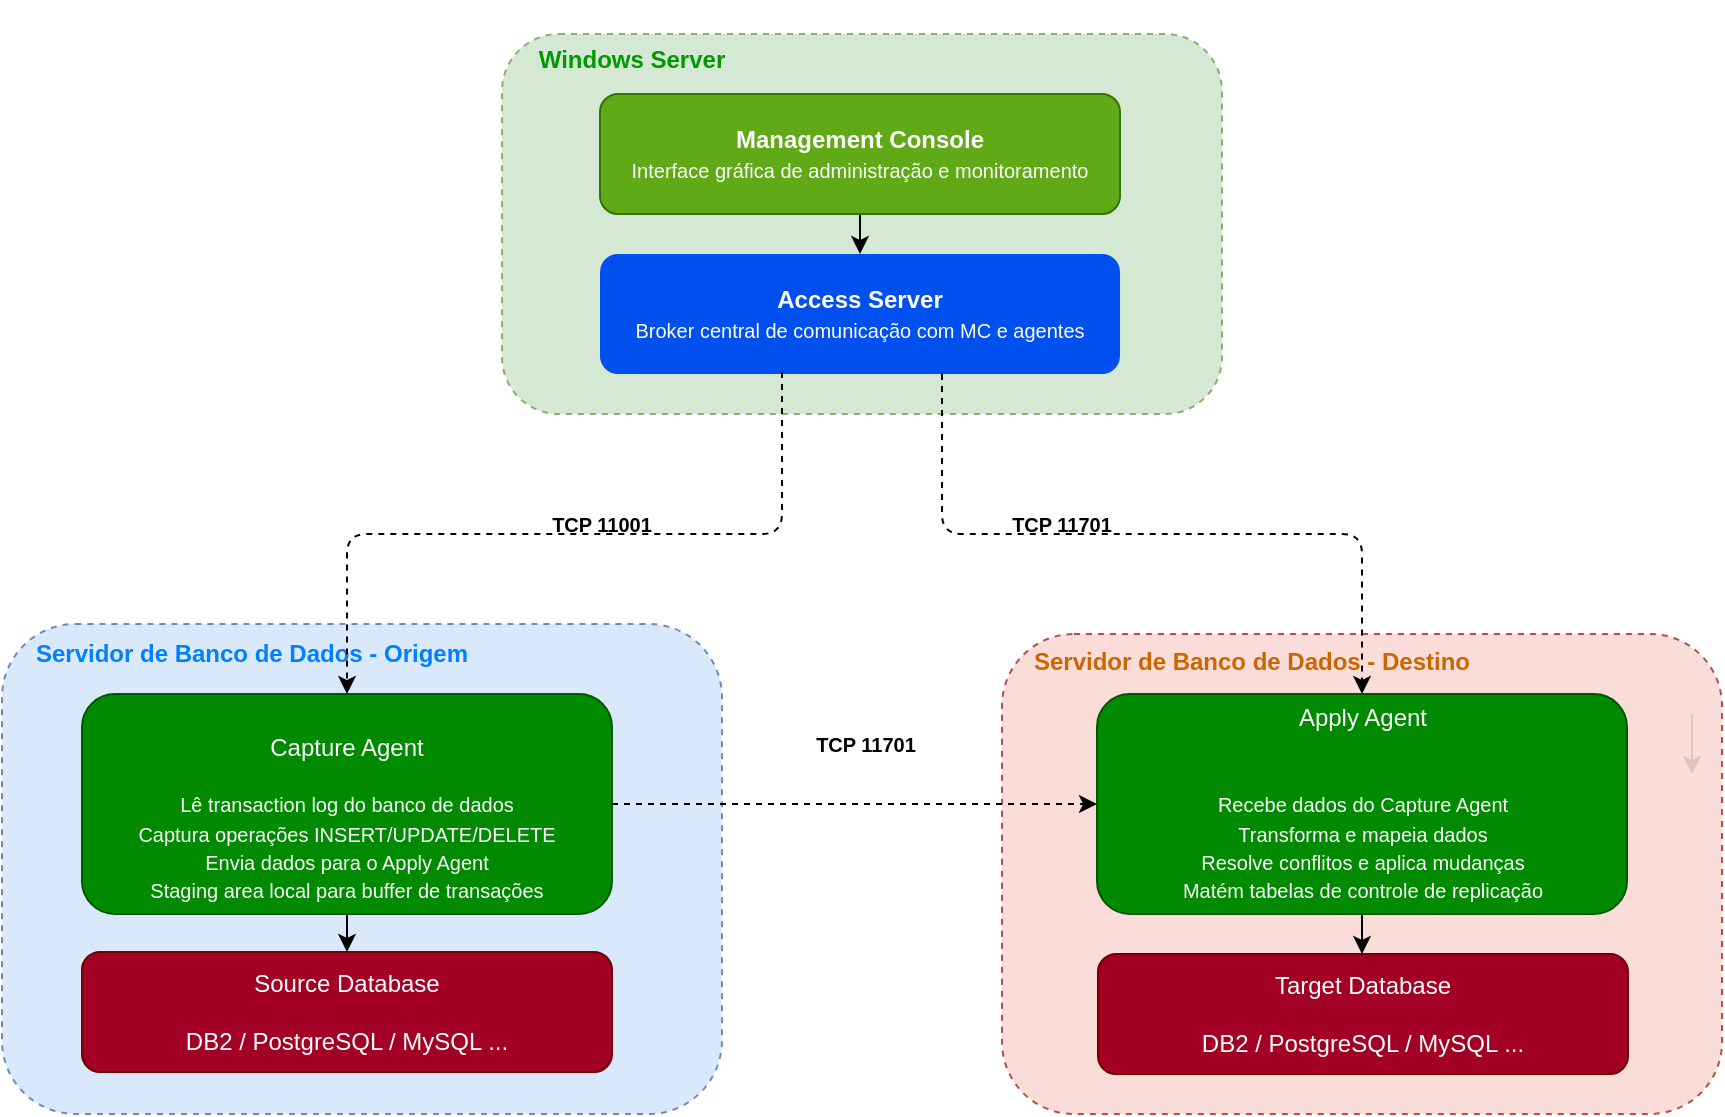
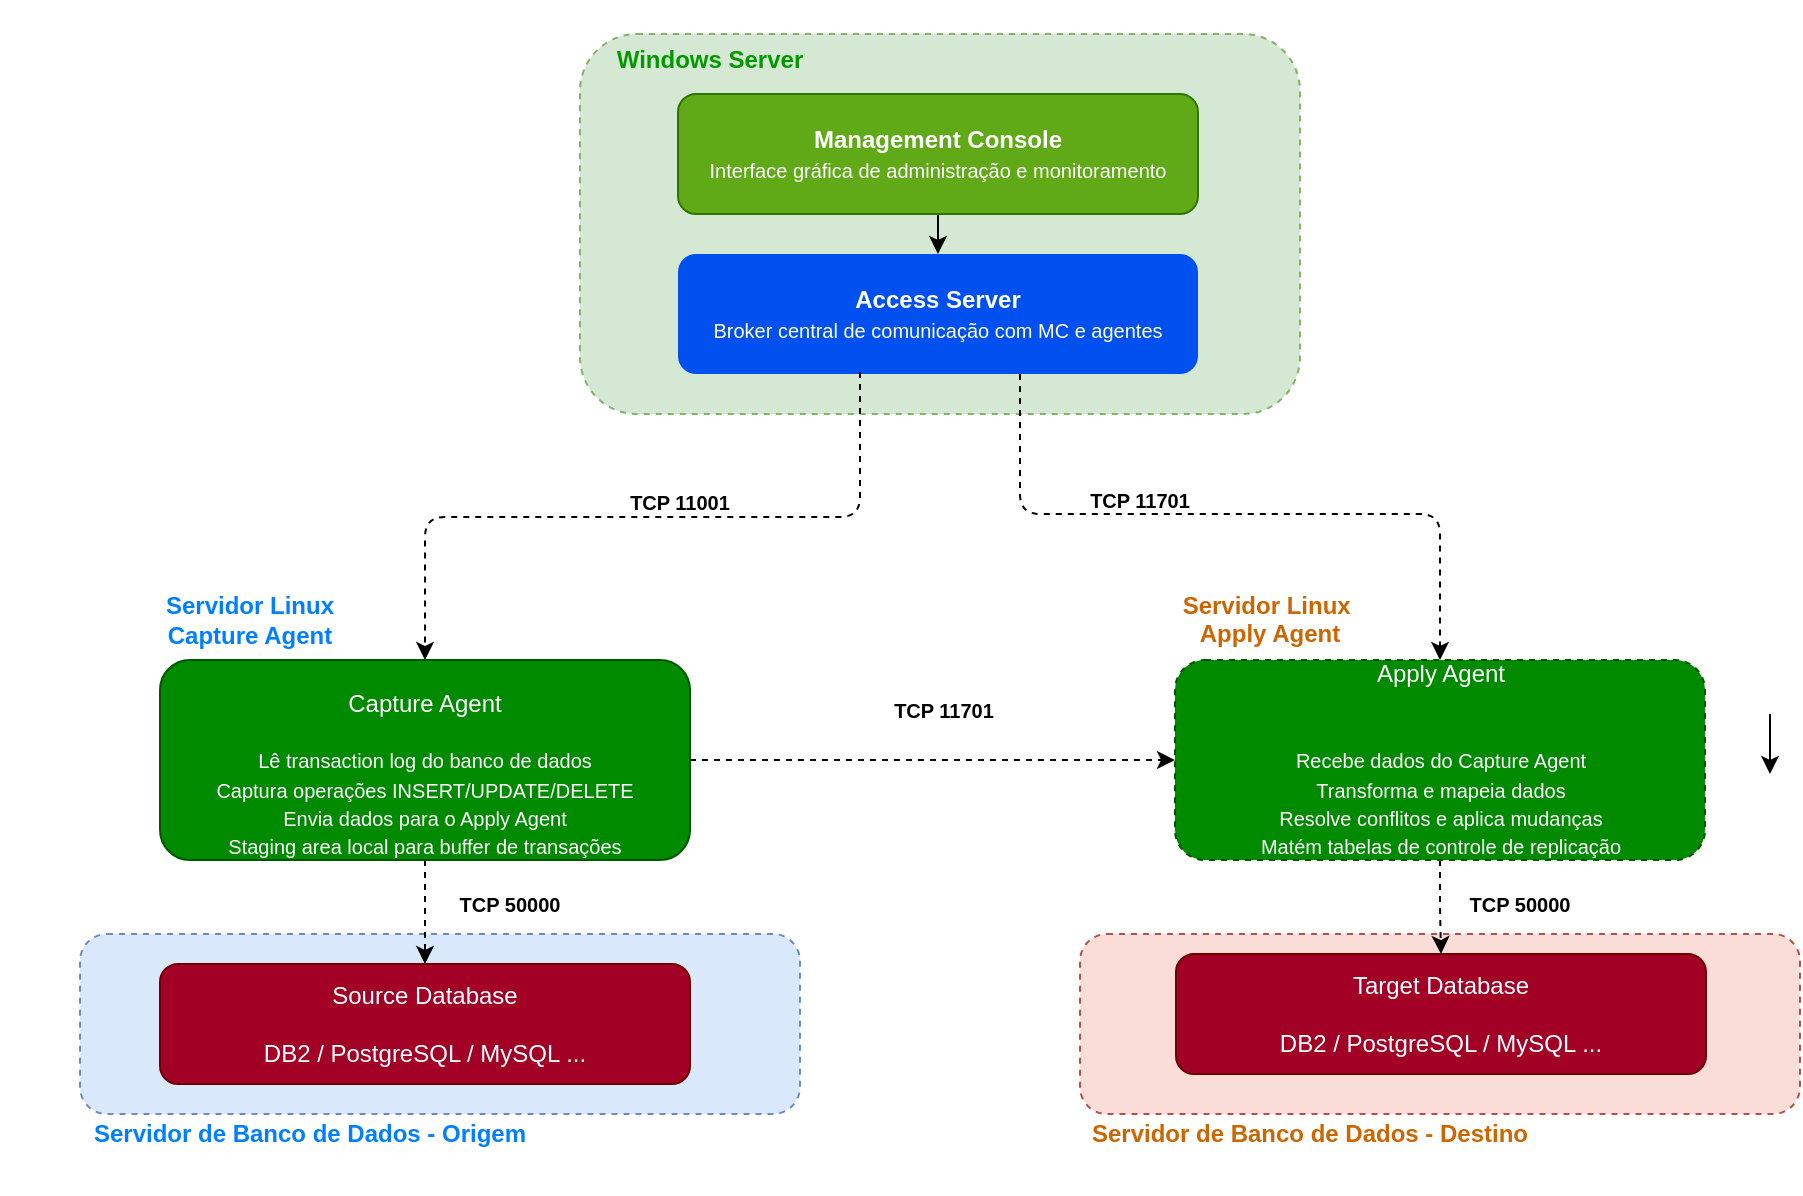
<mxfile host="app.diagrams.net">
  <diagram name="Page-1" id="ufLM51pSvgMN4Yb4cNfk">
    <mxGraphModel dx="1254" dy="696" grid="1" gridSize="10" guides="1" tooltips="1" connect="1" arrows="1" fold="1" page="1" pageScale="1" pageWidth="1169" pageHeight="827" background="#ffffff" math="0" shadow="0">
      <root>
        <mxCell id="0" />
        <mxCell id="1" parent="0" />
        <mxCell id="JlA0C_7pM_n0fd6ZD8XW-12" edge="1" parent="1" style="edgeStyle=orthogonalEdgeStyle;rounded=1;orthogonalLoop=1;jettySize=auto;html=1;" value="">
          <mxGeometry relative="1" as="geometry">
            <mxPoint x="1015" y="440" as="sourcePoint" />
            <mxPoint x="1015" y="470" as="targetPoint" />
          </mxGeometry>
        </mxCell>
        <mxCell id="JlA0C_7pM_n0fd6ZD8XW-6" edge="1" parent="1" style="edgeStyle=orthogonalEdgeStyle;rounded=1;orthogonalLoop=1;jettySize=auto;html=1;exitX=0.5;exitY=1;exitDx=0;exitDy=0;">
          <mxGeometry relative="1" as="geometry">
            <mxPoint x="1015" y="440" as="sourcePoint" />
            <mxPoint x="1015" y="440" as="targetPoint" />
          </mxGeometry>
        </mxCell>
        <mxCell id="tYhzWE4TQe1GP2W0sffB-1" parent="1" style="rounded=1;whiteSpace=wrap;html=1;fillColor=#d5e8d4;strokeColor=#82b366;dashed=1;" value="" vertex="1">
          <mxGeometry height="190" width="360" x="420" y="100" as="geometry" />
        </mxCell>
        <mxCell id="tYhzWE4TQe1GP2W0sffB-25" edge="1" parent="1" source="tYhzWE4TQe1GP2W0sffB-2" style="edgeStyle=orthogonalEdgeStyle;rounded=1;orthogonalLoop=1;jettySize=auto;html=1;exitX=0.5;exitY=1;exitDx=0;exitDy=0;entryX=0.5;entryY=0;entryDx=0;entryDy=0;" target="tYhzWE4TQe1GP2W0sffB-3">
          <mxGeometry relative="1" as="geometry" />
        </mxCell>
        <mxCell id="tYhzWE4TQe1GP2W0sffB-2" parent="1" style="rounded=1;whiteSpace=wrap;html=1;fillColor=#60a917;strokeColor=#2D7600;fontColor=#ffffff;" value="&lt;b&gt;Management Console&lt;/b&gt;&lt;div&gt;&lt;font style=&quot;font-size: 10px;&quot;&gt;Interface gráfica de administração e monitoramento&lt;/font&gt;&lt;/div&gt;" vertex="1">
          <mxGeometry height="60" width="260" x="469" y="130" as="geometry" />
        </mxCell>
        <mxCell id="tYhzWE4TQe1GP2W0sffB-3" parent="1" style="rounded=1;whiteSpace=wrap;html=1;fillColor=#0050ef;fontColor=#ffffff;strokeColor=none;" value="&lt;b&gt;Access Server&lt;/b&gt;&lt;div&gt;&lt;font style=&quot;font-size: 10px;&quot;&gt;Broker central de comunicação com MC e agentes&lt;/font&gt;&lt;/div&gt;" vertex="1">
          <mxGeometry height="60" width="260" x="469" y="210" as="geometry" />
        </mxCell>
        <mxCell id="tYhzWE4TQe1GP2W0sffB-6" parent="1" style="text;html=1;whiteSpace=wrap;strokeColor=none;fillColor=none;align=center;verticalAlign=middle;rounded=1;" value="&lt;font style=&quot;color: rgb(0, 153, 0);&quot;&gt;&lt;b style=&quot;&quot;&gt;Windows Server&lt;/b&gt;&lt;/font&gt;" vertex="1">
          <mxGeometry height="60" width="100" x="435" y="83" as="geometry" />
        </mxCell>
        <mxCell id="tYhzWE4TQe1GP2W0sffB-7" parent="1" style="rounded=1;whiteSpace=wrap;html=1;fillColor=#dae8fc;strokeColor=#6c8ebf;dashed=1;" value="" vertex="1">
-           <mxGeometry height="245" width="360" x="170" y="395" as="geometry" />
+           <mxGeometry height="90" width="360" x="170" y="550" as="geometry" />
        </mxCell>
        <mxCell id="tYhzWE4TQe1GP2W0sffB-8" parent="1" style="text;html=1;whiteSpace=wrap;strokeColor=none;fillColor=none;align=center;verticalAlign=middle;rounded=1;" value="&lt;font style=&quot;color: light-dark(rgb(0, 127, 255), rgb(255, 51, 255));&quot;&gt;&lt;b style=&quot;&quot;&gt;Servidor de Banco de Dados - Origem&lt;/b&gt;&lt;/font&gt;" vertex="1">
-           <mxGeometry height="60" width="250" x="170" y="380" as="geometry" />
+           <mxGeometry height="60" width="250" x="160" y="620" as="geometry" />
        </mxCell>
        <mxCell id="tYhzWE4TQe1GP2W0sffB-10" parent="1" style="rounded=1;whiteSpace=wrap;html=1;fillColor=#a20025;fontColor=#ffffff;strokeColor=#6F0000;" value="Source Database&lt;div&gt;&lt;br&gt;&lt;/div&gt;&lt;div&gt;DB2 / PostgreSQL / MySQL ...&lt;/div&gt;" vertex="1">
-           <mxGeometry height="60" width="265" x="210" y="559" as="geometry" />
+           <mxGeometry height="60" width="265" x="210" y="565" as="geometry" />
        </mxCell>
-         <mxCell id="tYhzWE4TQe1GP2W0sffB-16" edge="1" parent="1" source="tYhzWE4TQe1GP2W0sffB-12" style="edgeStyle=orthogonalEdgeStyle;rounded=1;orthogonalLoop=1;jettySize=auto;html=1;exitX=0.5;exitY=1;exitDx=0;exitDy=0;entryX=0.5;entryY=0;entryDx=0;entryDy=0;" target="tYhzWE4TQe1GP2W0sffB-10">
+         <mxCell id="tYhzWE4TQe1GP2W0sffB-16" edge="1" parent="1" source="tYhzWE4TQe1GP2W0sffB-12" style="edgeStyle=orthogonalEdgeStyle;rounded=1;orthogonalLoop=1;jettySize=auto;html=1;exitX=0.5;exitY=1;exitDx=0;exitDy=0;entryX=0.5;entryY=0;entryDx=0;entryDy=0;dashed=1;" target="tYhzWE4TQe1GP2W0sffB-10">
          <mxGeometry relative="1" as="geometry" />
        </mxCell>
        <mxCell id="tYhzWE4TQe1GP2W0sffB-12" parent="1" style="rounded=1;whiteSpace=wrap;html=1;fillColor=#008a00;fontColor=#ffffff;strokeColor=#005700;" value="&lt;div&gt;&lt;br&gt;&lt;/div&gt;Capture Agent&lt;div&gt;&lt;br&gt;&lt;div&gt;&lt;span style=&quot;font-size: 10px;&quot;&gt;Lê transaction log do banco de dados&lt;/span&gt;&lt;/div&gt;&lt;/div&gt;&lt;div&gt;&lt;span style=&quot;font-size: 10px;&quot;&gt;Captura operações INSERT/UPDATE/DELETE&lt;/span&gt;&lt;/div&gt;&lt;div&gt;&lt;span style=&quot;font-size: 10px;&quot;&gt;Envia dados para o Apply Agent&lt;/span&gt;&lt;/div&gt;&lt;div&gt;&lt;span style=&quot;font-size: 10px;&quot;&gt;Staging area local para buffer de transações&lt;/span&gt;&lt;/div&gt;" vertex="1">
-           <mxGeometry height="110" width="265" x="210" y="430" as="geometry" />
+           <mxGeometry height="100" width="265" x="210" y="413" as="geometry" />
        </mxCell>
        <mxCell id="tYhzWE4TQe1GP2W0sffB-14" edge="1" parent="1" source="tYhzWE4TQe1GP2W0sffB-3" style="edgeStyle=orthogonalEdgeStyle;rounded=1;orthogonalLoop=1;jettySize=auto;html=1;dashed=1;exitX=0.35;exitY=0.983;exitDx=0;exitDy=0;exitPerimeter=0;" target="tYhzWE4TQe1GP2W0sffB-12">
          <mxGeometry relative="1" as="geometry" />
        </mxCell>
        <mxCell id="tYhzWE4TQe1GP2W0sffB-15" parent="1" style="text;html=1;whiteSpace=wrap;strokeColor=none;fillColor=none;align=center;verticalAlign=middle;rounded=0;" value="&lt;font style=&quot;font-size: 10px;&quot;&gt;&lt;b&gt;TCP 11001&lt;/b&gt;&lt;/font&gt;" vertex="1">
-           <mxGeometry height="30" width="100" x="420" y="330" as="geometry" />
+           <mxGeometry height="30" width="100" x="420" y="319" as="geometry" />
        </mxCell>
        <mxCell id="tYhzWE4TQe1GP2W0sffB-17" parent="1" style="rounded=1;whiteSpace=wrap;html=1;fillColor=#fad9d5;strokeColor=#ae4132;dashed=1;opacity=90;" value="" vertex="1">
-           <mxGeometry height="240" width="360" x="670" y="400" as="geometry" />
+           <mxGeometry height="90" width="360" x="670" y="550" as="geometry" />
        </mxCell>
-         <mxCell id="tYhzWE4TQe1GP2W0sffB-31" edge="1" parent="1" source="tYhzWE4TQe1GP2W0sffB-18" style="edgeStyle=orthogonalEdgeStyle;rounded=0;orthogonalLoop=1;jettySize=auto;html=1;" target="tYhzWE4TQe1GP2W0sffB-19" value="">
+         <mxCell id="tYhzWE4TQe1GP2W0sffB-31" edge="1" parent="1" source="tYhzWE4TQe1GP2W0sffB-18" style="edgeStyle=orthogonalEdgeStyle;rounded=0;orthogonalLoop=1;jettySize=auto;html=1;dashed=1;" target="tYhzWE4TQe1GP2W0sffB-19" value="">
          <mxGeometry relative="1" as="geometry" />
        </mxCell>
-         <mxCell id="tYhzWE4TQe1GP2W0sffB-18" parent="1" style="rounded=1;whiteSpace=wrap;html=1;fillColor=#008a00;fontColor=#ffffff;strokeColor=#005700;" value="&lt;div&gt;&lt;br&gt;&lt;/div&gt;Apply Agent&lt;div&gt;&lt;br&gt;&lt;/div&gt;&lt;div&gt;&lt;br&gt;&lt;div&gt;&lt;span style=&quot;font-size: 10px;&quot;&gt;Recebe dados do Capture Agent&lt;/span&gt;&lt;/div&gt;&lt;div&gt;&lt;span style=&quot;font-size: 10px;&quot;&gt;Transforma e mapeia dados&lt;/span&gt;&lt;/div&gt;&lt;div&gt;&lt;span style=&quot;font-size: 10px;&quot;&gt;Resolve conflitos e aplica mudanças&lt;/span&gt;&lt;/div&gt;&lt;div&gt;&lt;span style=&quot;font-size: 10px;&quot;&gt;Matém tabelas de controle de replicação&lt;/span&gt;&lt;/div&gt;&lt;div&gt;&lt;br&gt;&lt;/div&gt;&lt;/div&gt;" vertex="1">
-           <mxGeometry height="110" width="265" x="717.5" y="430" as="geometry" />
+         <mxCell id="tYhzWE4TQe1GP2W0sffB-18" parent="1" style="rounded=1;whiteSpace=wrap;html=1;fillColor=#008a00;fontColor=#ffffff;strokeColor=#005700;dashed=1;" value="&lt;div&gt;&lt;br&gt;&lt;/div&gt;Apply Agent&lt;div&gt;&lt;br&gt;&lt;/div&gt;&lt;div&gt;&lt;br&gt;&lt;div&gt;&lt;span style=&quot;font-size: 10px;&quot;&gt;Recebe dados do Capture Agent&lt;/span&gt;&lt;/div&gt;&lt;div&gt;&lt;span style=&quot;font-size: 10px;&quot;&gt;Transforma e mapeia dados&lt;/span&gt;&lt;/div&gt;&lt;div&gt;&lt;span style=&quot;font-size: 10px;&quot;&gt;Resolve conflitos e aplica mudanças&lt;/span&gt;&lt;/div&gt;&lt;div&gt;&lt;span style=&quot;font-size: 10px;&quot;&gt;Matém tabelas de controle de replicação&lt;/span&gt;&lt;/div&gt;&lt;div&gt;&lt;br&gt;&lt;/div&gt;&lt;/div&gt;" vertex="1">
+           <mxGeometry height="100" width="265" x="717.5" y="413" as="geometry" />
        </mxCell>
        <mxCell id="tYhzWE4TQe1GP2W0sffB-19" parent="1" style="rounded=1;whiteSpace=wrap;html=1;fillColor=#a20025;fontColor=#ffffff;strokeColor=#6F0000;" value="Target Database&lt;div&gt;&lt;br&gt;&lt;/div&gt;&lt;div&gt;DB2 / PostgreSQL / MySQL ...&lt;/div&gt;" vertex="1">
          <mxGeometry height="60" width="265" x="718" y="560" as="geometry" />
        </mxCell>
        <mxCell id="tYhzWE4TQe1GP2W0sffB-23" parent="1" style="text;html=1;whiteSpace=wrap;strokeColor=none;fillColor=none;align=center;verticalAlign=middle;rounded=0;" value="&lt;font style=&quot;font-size: 10px;&quot;&gt;&lt;b&gt;TCP 11701&lt;/b&gt;&lt;/font&gt;" vertex="1">
-           <mxGeometry height="30" width="100" x="650" y="330" as="geometry" />
+           <mxGeometry height="30" width="100" x="650" y="318" as="geometry" />
        </mxCell>
        <mxCell id="tYhzWE4TQe1GP2W0sffB-22" edge="1" parent="1" style="edgeStyle=orthogonalEdgeStyle;rounded=1;orthogonalLoop=1;jettySize=auto;html=1;entryX=0.5;entryY=0;entryDx=0;entryDy=0;dashed=1;" target="tYhzWE4TQe1GP2W0sffB-18">
          <mxGeometry relative="1" as="geometry">
            <Array as="points">
-               <mxPoint x="640" y="350" />
-               <mxPoint x="850" y="350" />
+               <mxPoint x="640" y="340" />
+               <mxPoint x="850" y="340" />
            </Array>
            <mxPoint x="640" y="270" as="sourcePoint" />
          </mxGeometry>
        </mxCell>
        <mxCell id="tYhzWE4TQe1GP2W0sffB-24" parent="1" style="text;html=1;whiteSpace=wrap;strokeColor=none;fillColor=none;align=center;verticalAlign=middle;rounded=1;" value="&lt;font style=&quot;color: rgb(204, 102, 0);&quot;&gt;&lt;b style=&quot;&quot;&gt;Servidor de Banco de Dados - Destino&lt;/b&gt;&lt;/font&gt;" vertex="1">
-           <mxGeometry height="60" width="250" x="670" y="384" as="geometry" />
+           <mxGeometry height="60" width="250" x="660" y="620" as="geometry" />
        </mxCell>
        <mxCell id="tYhzWE4TQe1GP2W0sffB-27" edge="1" parent="1" source="tYhzWE4TQe1GP2W0sffB-12" style="edgeStyle=orthogonalEdgeStyle;rounded=0;orthogonalLoop=1;jettySize=auto;html=1;exitX=1;exitY=0.5;exitDx=0;exitDy=0;entryX=0;entryY=0.5;entryDx=0;entryDy=0;dashed=1;" target="tYhzWE4TQe1GP2W0sffB-18">
          <mxGeometry relative="1" as="geometry" />
        </mxCell>
        <mxCell id="tYhzWE4TQe1GP2W0sffB-28" parent="1" style="text;html=1;whiteSpace=wrap;strokeColor=none;fillColor=none;align=center;verticalAlign=middle;rounded=0;" value="&lt;font style=&quot;font-size: 10px;&quot;&gt;&lt;b&gt;TCP 11701&lt;/b&gt;&lt;/font&gt;" vertex="1">
-           <mxGeometry height="30" width="100" x="552" y="440" as="geometry" />
+           <mxGeometry height="30" width="100" x="552" y="423" as="geometry" />
+         </mxCell>
+         <mxCell id="HhN4ZoyHYOME1-10gi2Q-1" parent="1" style="text;html=1;whiteSpace=wrap;strokeColor=none;fillColor=none;align=center;verticalAlign=middle;rounded=0;" value="&lt;font style=&quot;font-size: 10px;&quot;&gt;&lt;b&gt;TCP 50000&lt;/b&gt;&lt;/font&gt;" vertex="1">
+           <mxGeometry height="30" width="100" x="840" y="520" as="geometry" />
+         </mxCell>
+         <mxCell id="HhN4ZoyHYOME1-10gi2Q-3" parent="1" style="text;html=1;whiteSpace=wrap;strokeColor=none;fillColor=none;align=center;verticalAlign=middle;rounded=0;" value="&lt;font style=&quot;font-size: 10px;&quot;&gt;&lt;b&gt;TCP 50000&lt;/b&gt;&lt;/font&gt;" vertex="1">
+           <mxGeometry height="30" width="100" x="335" y="520" as="geometry" />
+         </mxCell>
+         <mxCell id="HhN4ZoyHYOME1-10gi2Q-4" parent="1" style="text;html=1;whiteSpace=wrap;strokeColor=none;fillColor=none;align=center;verticalAlign=middle;rounded=1;" value="&lt;div&gt;&lt;font style=&quot;color: light-dark(rgb(0, 127, 255), rgb(255, 51, 255));&quot;&gt;&lt;b style=&quot;&quot;&gt;Servidor Linux&lt;/b&gt;&lt;/font&gt;&lt;/div&gt;&lt;div&gt;&lt;font style=&quot;color: light-dark(rgb(0, 127, 255), rgb(255, 51, 255));&quot;&gt;&lt;b style=&quot;&quot;&gt;Capture Agent&lt;/b&gt;&lt;/font&gt;&lt;/div&gt;" vertex="1">
+           <mxGeometry height="60" width="250" x="130" y="363" as="geometry" />
+         </mxCell>
+         <mxCell id="HhN4ZoyHYOME1-10gi2Q-5" parent="1" style="text;html=1;whiteSpace=wrap;strokeColor=none;fillColor=none;align=center;verticalAlign=middle;rounded=1;" value="&lt;div&gt;&lt;font style=&quot;color: rgb(204, 102, 0);&quot;&gt;&lt;b style=&quot;&quot;&gt;Servidor Linux&amp;nbsp;&lt;/b&gt;&lt;/font&gt;&lt;/div&gt;&lt;div&gt;&lt;font style=&quot;color: rgb(204, 102, 0);&quot;&gt;&lt;b style=&quot;&quot;&gt;Apply Agent&lt;/b&gt;&lt;/font&gt;&lt;/div&gt;&lt;div&gt;&lt;br&gt;&lt;/div&gt;" vertex="1">
+           <mxGeometry height="60" width="250" x="640" y="370" as="geometry" />
        </mxCell>
      </root>
    </mxGraphModel>
  </diagram>
</mxfile>
